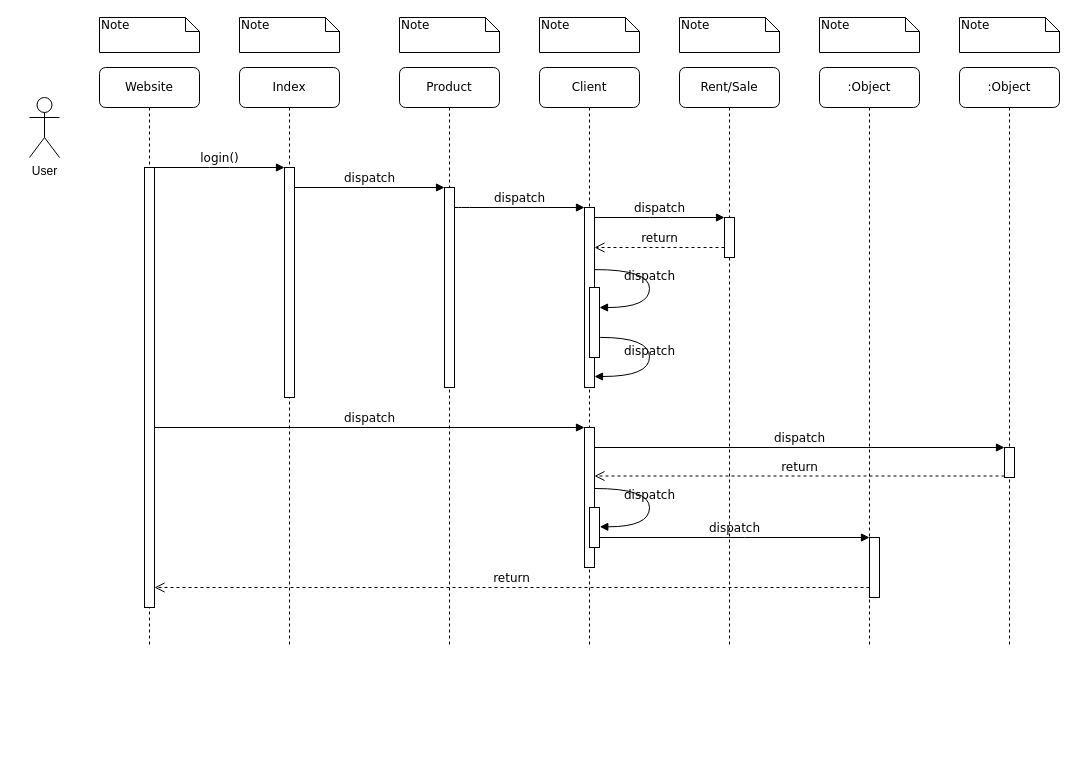
Earlier version of the draw.io diagram Sequence Diagram.drawio (sergio-oliveira-br/aluControl). Source tidied: cells renumbered, new cells numbered last; positions are measured from the earlier drawing's top-left corner, leaving out a move shared by most shapes. Both pictures are drawn from the tidied source at 100%, with x=0, y=0 at pixel (29, 17).
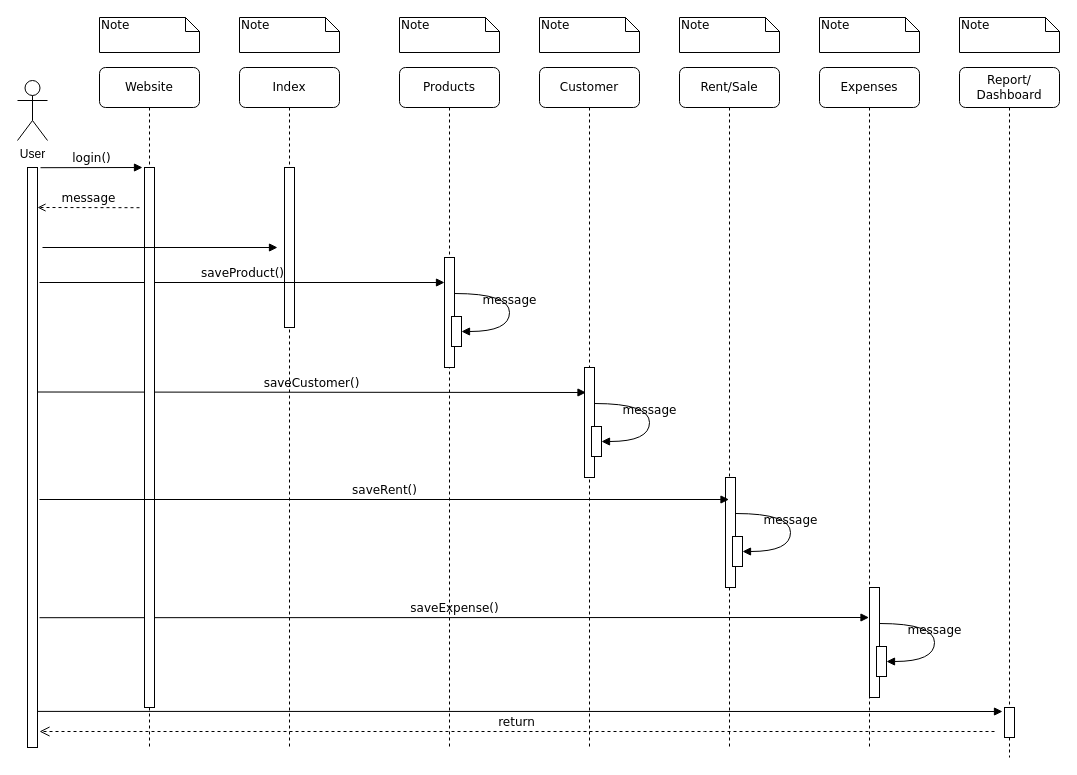
After the change.

Diff of the diagram source:
```diff
@@
     <mxCell id="2" value="Index" style="shape=umlLifeline;perimeter=lifelinePerimeter;whiteSpace=wrap;html=1;rounded=1;shadow=0;comic=0;labelBackgroundColor=none;strokeWidth=1;fontFamily=Verdana;fontSize=12;align=center;" parent="1" vertex="1">
-      <mxGeometry x="210" y="50" width="100" height="580" as="geometry" />
+      <mxGeometry x="210" y="50" width="100" height="680" as="geometry" />
     </mxCell>
     <mxCell id="3" style="html=1;points=[];perimeter=orthogonalPerimeter;rounded=0;shadow=0;comic=0;labelBackgroundColor=none;strokeWidth=1;fontFamily=Verdana;fontSize=12;align=center;" parent="2" vertex="1">
-      <mxGeometry x="45" y="100" width="10" height="230" as="geometry" />
+      <mxGeometry x="45" y="100" width="10" height="160" as="geometry" />
     </mxCell>
+    <mxCell id="40" value="saveCustomer()" style="html=1;verticalAlign=bottom;endArrow=block;labelBackgroundColor=none;fontFamily=Verdana;fontSize=12;edgeStyle=elbowEdgeStyle;elbow=vertical;" parent="2" edge="1">
+      <mxGeometry relative="1" as="geometry">
+        <mxPoint x="-203" y="324.5" as="sourcePoint" />
+        <mxPoint x="346.5" y="325" as="targetPoint" />
+        <Array as="points">
+          <mxPoint x="257" y="325" />
+        </Array>
+      </mxGeometry>
+    </mxCell>
-    <mxCell id="4" value="Product" style="shape=umlLifeline;perimeter=lifelinePerimeter;whiteSpace=wrap;html=1;rounded=1;shadow=0;comic=0;labelBackgroundColor=none;strokeWidth=1;fontFamily=Verdana;fontSize=12;align=center;" parent="1" vertex="1">
-      <mxGeometry x="370" y="50" width="100" height="580" as="geometry" />
+    <mxCell id="4" value="Products" style="shape=umlLifeline;perimeter=lifelinePerimeter;whiteSpace=wrap;html=1;rounded=1;shadow=0;comic=0;labelBackgroundColor=none;strokeWidth=1;fontFamily=Verdana;fontSize=12;align=center;" parent="1" vertex="1">
+      <mxGeometry x="370" y="50" width="100" height="680" as="geometry" />
     </mxCell>
     <mxCell id="5" style="html=1;points=[];perimeter=orthogonalPerimeter;rounded=0;shadow=0;comic=0;labelBackgroundColor=none;strokeWidth=1;fontFamily=Verdana;fontSize=12;align=center;" parent="4" vertex="1">
-      <mxGeometry x="45" y="120" width="10" height="200" as="geometry" />
+      <mxGeometry x="45" y="190" width="10" height="110" as="geometry" />
     </mxCell>
+    <mxCell id="26" value="saveProduct()" style="html=1;verticalAlign=bottom;endArrow=block;entryX=0;entryY=0;labelBackgroundColor=none;fontFamily=Verdana;fontSize=12;edgeStyle=elbowEdgeStyle;elbow=vertical;" parent="4" edge="1">
+      <mxGeometry relative="1" as="geometry">
+        <mxPoint x="-360" y="215" as="sourcePoint" />
+        <mxPoint x="45" y="214.7" as="targetPoint" />
+      </mxGeometry>
+    </mxCell>
+    <mxCell id="41" value="message" style="html=1;verticalAlign=bottom;endArrow=block;labelBackgroundColor=none;fontFamily=Verdana;fontSize=12;elbow=vertical;edgeStyle=orthogonalEdgeStyle;curved=1;exitX=1.038;exitY=0.345;exitPerimeter=0;" parent="4" edge="1">
+      <mxGeometry relative="1" as="geometry">
+        <mxPoint x="55" y="226" as="sourcePoint" />
+        <mxPoint x="62" y="264" as="targetPoint" />
+        <Array as="points">
+          <mxPoint x="110" y="226" />
+          <mxPoint x="110" y="264" />
+        </Array>
+      </mxGeometry>
+    </mxCell>
+    <mxCell id="42" style="html=1;perimeter=orthogonalPerimeter;rounded=0;shadow=0;comic=0;labelBackgroundColor=none;strokeWidth=1;fontFamily=Verdana;fontSize=12;align=center;" parent="4" vertex="1">
+      <mxGeometry x="52" y="249" width="10" height="30" as="geometry" />
+    </mxCell>
+    <mxCell id="43" value="saveExpense()" style="html=1;verticalAlign=bottom;endArrow=block;labelBackgroundColor=none;fontFamily=Verdana;fontSize=12;edgeStyle=elbowEdgeStyle;elbow=vertical;" parent="4" edge="1" target="8">
+      <mxGeometry relative="1" as="geometry">
+        <mxPoint x="-360" y="550.2" as="sourcePoint" />
+      </mxGeometry>
+    </mxCell>
-    <mxCell id="6" value="Client" style="shape=umlLifeline;perimeter=lifelinePerimeter;whiteSpace=wrap;html=1;rounded=1;shadow=0;comic=0;labelBackgroundColor=none;strokeWidth=1;fontFamily=Verdana;fontSize=12;align=center;" parent="1" vertex="1">
-      <mxGeometry x="510" y="50" width="100" height="580" as="geometry" />
+    <mxCell id="6" value="Customer" style="shape=umlLifeline;perimeter=lifelinePerimeter;whiteSpace=wrap;html=1;rounded=1;shadow=0;comic=0;labelBackgroundColor=none;strokeWidth=1;fontFamily=Verdana;fontSize=12;align=center;" parent="1" vertex="1">
+      <mxGeometry x="510" y="50" width="100" height="680" as="geometry" />
     </mxCell>
+    <mxCell id="44" style="html=1;perimeter=orthogonalPerimeter;rounded=0;shadow=0;comic=0;labelBackgroundColor=none;strokeWidth=1;fontFamily=Verdana;fontSize=12;align=center;" parent="6" vertex="1">
+      <mxGeometry x="45" y="300" width="10" height="110" as="geometry" />
+    </mxCell>
+    <mxCell id="45" value="message" style="html=1;verticalAlign=bottom;endArrow=block;labelBackgroundColor=none;fontFamily=Verdana;fontSize=12;elbow=vertical;edgeStyle=orthogonalEdgeStyle;curved=1;exitX=1.038;exitY=0.345;exitPerimeter=0;" parent="6" edge="1">
+      <mxGeometry relative="1" as="geometry">
+        <mxPoint x="55" y="336" as="sourcePoint" />
+        <mxPoint x="62" y="374" as="targetPoint" />
+        <Array as="points">
+          <mxPoint x="110" y="336" />
+          <mxPoint x="110" y="374" />
+        </Array>
+      </mxGeometry>
+    </mxCell>
+    <mxCell id="46" style="html=1;perimeter=orthogonalPerimeter;rounded=0;shadow=0;comic=0;labelBackgroundColor=none;strokeWidth=1;fontFamily=Verdana;fontSize=12;align=center;" parent="6" vertex="1">
+      <mxGeometry x="52" y="359" width="10" height="30" as="geometry" />
+    </mxCell>
     <mxCell id="7" value="Rent/Sale" style="shape=umlLifeline;perimeter=lifelinePerimeter;whiteSpace=wrap;html=1;rounded=1;shadow=0;comic=0;labelBackgroundColor=none;strokeWidth=1;fontFamily=Verdana;fontSize=12;align=center;" parent="1" vertex="1">
-      <mxGeometry x="650" y="50" width="100" height="580" as="geometry" />
+      <mxGeometry x="650" y="50" width="100" height="680" as="geometry" />
     </mxCell>
+    <mxCell id="47" style="html=1;perimeter=orthogonalPerimeter;rounded=0;shadow=0;comic=0;labelBackgroundColor=none;strokeWidth=1;fontFamily=Verdana;fontSize=12;align=center;" parent="7" vertex="1">
+      <mxGeometry x="46" y="410" width="10" height="110" as="geometry" />
+    </mxCell>
+    <mxCell id="48" value="message" style="html=1;verticalAlign=bottom;endArrow=block;labelBackgroundColor=none;fontFamily=Verdana;fontSize=12;elbow=vertical;edgeStyle=orthogonalEdgeStyle;curved=1;exitX=1.038;exitY=0.345;exitPerimeter=0;" parent="7" edge="1">
+      <mxGeometry relative="1" as="geometry">
+        <mxPoint x="56" y="446" as="sourcePoint" />
+        <mxPoint x="63" y="484" as="targetPoint" />
+        <Array as="points">
+          <mxPoint x="111" y="446" />
+          <mxPoint x="111" y="484" />
+        </Array>
+      </mxGeometry>
+    </mxCell>
+    <mxCell id="49" style="html=1;perimeter=orthogonalPerimeter;rounded=0;shadow=0;comic=0;labelBackgroundColor=none;strokeWidth=1;fontFamily=Verdana;fontSize=12;align=center;" parent="7" vertex="1">
+      <mxGeometry x="53" y="469" width="10" height="30" as="geometry" />
+    </mxCell>
-    <mxCell id="8" value=":Object" style="shape=umlLifeline;perimeter=lifelinePerimeter;whiteSpace=wrap;html=1;outlineConnect=0;rounded=1;shadow=0;comic=0;labelBackgroundColor=none;strokeWidth=1;fontFamily=Verdana;fontSize=12;align=center;" parent="1" vertex="1">
-      <mxGeometry x="790" y="50" width="100" height="580" as="geometry" />
+    <mxCell id="8" value="Expenses" style="shape=umlLifeline;perimeter=lifelinePerimeter;whiteSpace=wrap;html=1;outlineConnect=0;rounded=1;shadow=0;comic=0;labelBackgroundColor=none;strokeWidth=1;fontFamily=Verdana;fontSize=12;align=center;" parent="1" vertex="1">
+      <mxGeometry x="790" y="50" width="100" height="680" as="geometry" />
     </mxCell>
+    <mxCell id="50" style="html=1;perimeter=orthogonalPerimeter;rounded=0;shadow=0;comic=0;labelBackgroundColor=none;strokeWidth=1;fontFamily=Verdana;fontSize=12;align=center;" parent="8" vertex="1">
+      <mxGeometry x="50" y="520" width="10" height="110" as="geometry" />
+    </mxCell>
+    <mxCell id="51" value="message" style="html=1;verticalAlign=bottom;endArrow=block;labelBackgroundColor=none;fontFamily=Verdana;fontSize=12;elbow=vertical;edgeStyle=orthogonalEdgeStyle;curved=1;exitX=1.038;exitY=0.345;exitPerimeter=0;" parent="8" edge="1">
+      <mxGeometry relative="1" as="geometry">
+        <mxPoint x="60" y="556" as="sourcePoint" />
+        <mxPoint x="67" y="594" as="targetPoint" />
+        <Array as="points">
+          <mxPoint x="115" y="556" />
+          <mxPoint x="115" y="594" />
+        </Array>
+      </mxGeometry>
+    </mxCell>
+    <mxCell id="52" style="html=1;perimeter=orthogonalPerimeter;rounded=0;shadow=0;comic=0;labelBackgroundColor=none;strokeWidth=1;fontFamily=Verdana;fontSize=12;align=center;" parent="8" vertex="1">
+      <mxGeometry x="57" y="579" width="10" height="30" as="geometry" />
+    </mxCell>
-    <mxCell id="9" value=":Object" style="shape=umlLifeline;perimeter=lifelinePerimeter;whiteSpace=wrap;html=1;rounded=1;shadow=0;comic=0;labelBackgroundColor=none;strokeWidth=1;fontFamily=Verdana;fontSize=12;align=center;" parent="1" vertex="1">
-      <mxGeometry x="930" y="50" width="100" height="580" as="geometry" />
+    <mxCell id="9" value="Report/&lt;div&gt;Dashboard&lt;/div&gt;" style="shape=umlLifeline;perimeter=lifelinePerimeter;whiteSpace=wrap;html=1;rounded=1;shadow=0;comic=0;labelBackgroundColor=none;strokeWidth=1;fontFamily=Verdana;fontSize=12;align=center;" parent="1" vertex="1">
+      <mxGeometry x="930" y="50" width="100" height="690" as="geometry" />
     </mxCell>
     <mxCell id="10" value="Website" style="shape=umlLifeline;perimeter=lifelinePerimeter;whiteSpace=wrap;html=1;rounded=1;shadow=0;comic=0;labelBackgroundColor=none;strokeWidth=1;fontFamily=Verdana;fontSize=12;align=center;" parent="1" vertex="1">
-      <mxGeometry x="70" y="50" width="100" height="580" as="geometry" />
+      <mxGeometry x="70" y="50" width="100" height="680" as="geometry" />
     </mxCell>
     <mxCell id="11" style="html=1;points=[];perimeter=orthogonalPerimeter;rounded=0;shadow=0;comic=0;labelBackgroundColor=none;strokeWidth=1;fontFamily=Verdana;fontSize=12;align=center;" parent="10" vertex="1">
-      <mxGeometry x="45" y="100" width="10" height="440" as="geometry" />
+      <mxGeometry x="45" y="100" width="10" height="540" as="geometry" />
     </mxCell>
-    <mxCell id="12" style="html=1;points=[];perimeter=orthogonalPerimeter;rounded=0;shadow=0;comic=0;labelBackgroundColor=none;strokeWidth=1;fontFamily=Verdana;fontSize=12;align=center;" parent="1" vertex="1">
-      <mxGeometry x="555" y="190" width="10" height="180" as="geometry" />
-    </mxCell>
-    <mxCell id="13" value="dispatch" style="html=1;verticalAlign=bottom;endArrow=block;labelBackgroundColor=none;fontFamily=Verdana;fontSize=12;edgeStyle=elbowEdgeStyle;elbow=vertical;" parent="1" edge="1" source="5" target="12">
-      <mxGeometry relative="1" as="geometry">
-        <Array as="points">
-          <mxPoint x="430" y="190" />
-        </Array>
-      </mxGeometry>
-    </mxCell>
-    <mxCell id="14" style="html=1;points=[];perimeter=orthogonalPerimeter;rounded=0;shadow=0;comic=0;labelBackgroundColor=none;strokeWidth=1;fontFamily=Verdana;fontSize=12;align=center;" parent="1" vertex="1">
-      <mxGeometry x="695" y="200" width="10" height="40" as="geometry" />
-    </mxCell>
-    <mxCell id="15" value="dispatch" style="html=1;verticalAlign=bottom;endArrow=block;entryX=0;entryY=0;labelBackgroundColor=none;fontFamily=Verdana;fontSize=12;edgeStyle=elbowEdgeStyle;elbow=vertical;" parent="1" edge="1" source="12" target="14">
-      <mxGeometry relative="1" as="geometry" />
-    </mxCell>
-    <mxCell id="16" value="return" style="html=1;verticalAlign=bottom;endArrow=open;dashed=1;endSize=8;labelBackgroundColor=none;fontFamily=Verdana;fontSize=12;edgeStyle=elbowEdgeStyle;elbow=vertical;" parent="1" edge="1" source="14" target="12">
-      <mxGeometry relative="1" as="geometry">
-        <Array as="points">
-          <mxPoint x="640" y="230" />
-          <mxPoint x="670" y="230" />
-        </Array>
-      </mxGeometry>
-    </mxCell>
-    <mxCell id="17" style="html=1;points=[];perimeter=orthogonalPerimeter;rounded=0;shadow=0;comic=0;labelBackgroundColor=none;strokeWidth=1;fontFamily=Verdana;fontSize=12;align=center;" parent="1" vertex="1">
-      <mxGeometry x="555" y="410" width="10" height="140" as="geometry" />
-    </mxCell>
-    <mxCell id="18" value="dispatch" style="html=1;verticalAlign=bottom;endArrow=block;entryX=0;entryY=0;labelBackgroundColor=none;fontFamily=Verdana;fontSize=12;" parent="1" edge="1" source="11" target="17">
-      <mxGeometry relative="1" as="geometry" />
-    </mxCell>
+    <mxCell id="53" value="login()" style="html=1;verticalAlign=bottom;endArrow=block;labelBackgroundColor=none;fontFamily=Verdana;fontSize=12;edgeStyle=elbowEdgeStyle;elbow=vertical;" parent="10" edge="1">
+      <mxGeometry relative="1" as="geometry">
+        <mxPoint x="-59" y="100.2" as="sourcePoint" />
+        <mxPoint x="43" y="100" as="targetPoint" />
+      </mxGeometry>
+    </mxCell>
+    <mxCell id="25" style="html=1;verticalAlign=bottom;endArrow=block;entryX=0;entryY=0;labelBackgroundColor=none;fontFamily=Verdana;fontSize=12;edgeStyle=elbowEdgeStyle;elbow=vertical;" parent="10" edge="1">
+      <mxGeometry x="0.45" y="10" relative="1" as="geometry">
+        <mxPoint x="-57" y="180" as="sourcePoint" />
+        <mxPoint x="178" y="180" as="targetPoint" />
+      </mxGeometry>
+    </mxCell>
+    <mxCell id="54" value="saveRent()" style="html=1;verticalAlign=bottom;endArrow=block;labelBackgroundColor=none;fontFamily=Verdana;fontSize=12;edgeStyle=elbowEdgeStyle;elbow=vertical;" parent="10" edge="1">
+      <mxGeometry relative="1" as="geometry">
+        <mxPoint x="-60" y="432" as="sourcePoint" />
+        <mxPoint x="629.5" y="431.8" as="targetPoint" />
+      </mxGeometry>
+    </mxCell>
     <mxCell id="19" style="html=1;points=[];perimeter=orthogonalPerimeter;rounded=0;shadow=0;comic=0;labelBackgroundColor=none;strokeColor=#000000;strokeWidth=1;fillColor=#FFFFFF;fontFamily=Verdana;fontSize=12;fontColor=#000000;align=center;" parent="1" vertex="1">
-      <mxGeometry x="975" y="430" width="10" height="30" as="geometry" />
+      <mxGeometry x="975" y="690" width="10" height="30" as="geometry" />
     </mxCell>
-    <mxCell id="20" value="dispatch" style="html=1;verticalAlign=bottom;endArrow=block;entryX=0;entryY=0;labelBackgroundColor=none;fontFamily=Verdana;fontSize=12;" parent="1" edge="1" source="17" target="19">
-      <mxGeometry relative="1" as="geometry" />
-    </mxCell>
-    <mxCell id="21" value="return" style="html=1;verticalAlign=bottom;endArrow=open;dashed=1;endSize=8;exitX=0;exitY=0.95;labelBackgroundColor=none;fontFamily=Verdana;fontSize=12;" parent="1" edge="1" source="19" target="17">
-      <mxGeometry relative="1" as="geometry" />
-    </mxCell>
-    <mxCell id="22" style="html=1;points=[];perimeter=orthogonalPerimeter;rounded=0;shadow=0;comic=0;labelBackgroundColor=none;strokeWidth=1;fontFamily=Verdana;fontSize=12;align=center;" parent="1" vertex="1">
-      <mxGeometry x="840" y="520" width="10" height="60" as="geometry" />
-    </mxCell>
-    <mxCell id="23" value="dispatch" style="html=1;verticalAlign=bottom;endArrow=block;entryX=0;entryY=0;labelBackgroundColor=none;fontFamily=Verdana;fontSize=12;edgeStyle=elbowEdgeStyle;elbow=vertical;" parent="1" edge="1" source="30" target="22">
-      <mxGeometry relative="1" as="geometry" />
-    </mxCell>
-    <mxCell id="24" value="return" style="html=1;verticalAlign=bottom;endArrow=open;dashed=1;endSize=8;labelBackgroundColor=none;fontFamily=Verdana;fontSize=12;edgeStyle=elbowEdgeStyle;elbow=vertical;" parent="1" edge="1" source="22" target="11">
+    <mxCell id="24" value="return" style="html=1;verticalAlign=bottom;endArrow=open;dashed=1;endSize=8;labelBackgroundColor=none;fontFamily=Verdana;fontSize=12;edgeStyle=elbowEdgeStyle;elbow=vertical;" parent="1" edge="1">
       <mxGeometry relative="1" as="geometry">
+        <mxPoint x="965" y="714" as="sourcePoint" />
+        <mxPoint x="10" y="714" as="targetPoint" />
         <Array as="points">
-          <mxPoint x="540" y="570" />
+          <mxPoint x="665" y="714" />
         </Array>
       </mxGeometry>
     </mxCell>
-    <mxCell id="25" value="login()" style="html=1;verticalAlign=bottom;endArrow=block;entryX=0;entryY=0;labelBackgroundColor=none;fontFamily=Verdana;fontSize=12;edgeStyle=elbowEdgeStyle;elbow=vertical;" parent="1" edge="1" source="11" target="3">
-      <mxGeometry relative="1" as="geometry" />
-    </mxCell>
-    <mxCell id="26" value="dispatch" style="html=1;verticalAlign=bottom;endArrow=block;entryX=0;entryY=0;labelBackgroundColor=none;fontFamily=Verdana;fontSize=12;edgeStyle=elbowEdgeStyle;elbow=vertical;" parent="1" edge="1" source="3" target="5">
-      <mxGeometry relative="1" as="geometry" />
-    </mxCell>
-    <mxCell id="27" style="html=1;points=[];perimeter=orthogonalPerimeter;rounded=0;shadow=0;comic=0;labelBackgroundColor=none;strokeWidth=1;fontFamily=Verdana;fontSize=12;align=center;" parent="1" vertex="1">
-      <mxGeometry x="560" y="270" width="10" height="70" as="geometry" />
-    </mxCell>
-    <mxCell id="28" value="dispatch" style="html=1;verticalAlign=bottom;endArrow=block;labelBackgroundColor=none;fontFamily=Verdana;fontSize=12;elbow=vertical;edgeStyle=orthogonalEdgeStyle;curved=1;entryX=1;entryY=0.286;entryPerimeter=0;exitX=1.038;exitY=0.345;exitPerimeter=0;" parent="1" edge="1" source="12" target="27">
-      <mxGeometry relative="1" as="geometry">
-        <Array as="points">
-          <mxPoint x="620" y="252" />
-          <mxPoint x="620" y="290" />
-        </Array>
-      </mxGeometry>
-    </mxCell>
-    <mxCell id="29" value="dispatch" style="html=1;verticalAlign=bottom;endArrow=block;labelBackgroundColor=none;fontFamily=Verdana;fontSize=12;elbow=vertical;edgeStyle=orthogonalEdgeStyle;curved=1;exitX=1.066;exitY=0.713;exitPerimeter=0;" parent="1" edge="1" source="27">
-      <mxGeometry relative="1" as="geometry">
-        <mxPoint x="565" y="359" as="targetPoint" />
-        <Array as="points">
-          <mxPoint x="620" y="320" />
-          <mxPoint x="620" y="359" />
-        </Array>
-      </mxGeometry>
-    </mxCell>
-    <mxCell id="30" style="html=1;points=[];perimeter=orthogonalPerimeter;rounded=0;shadow=0;comic=0;labelBackgroundColor=none;strokeWidth=1;fontFamily=Verdana;fontSize=12;align=center;" parent="1" vertex="1">
-      <mxGeometry x="560" y="490" width="10" height="40" as="geometry" />
-    </mxCell>
-    <mxCell id="31" value="dispatch" style="html=1;verticalAlign=bottom;endArrow=block;labelBackgroundColor=none;fontFamily=Verdana;fontSize=12;elbow=vertical;edgeStyle=orthogonalEdgeStyle;curved=1;entryX=1;entryY=0.286;entryPerimeter=0;exitX=1.038;exitY=0.345;exitPerimeter=0;" parent="1" edge="1">
-      <mxGeometry relative="1" as="geometry">
-        <mxPoint x="565.3" y="471" as="sourcePoint" />
-        <mxPoint x="570.3" y="509.3" as="targetPoint" />
-        <Array as="points">
-          <mxPoint x="620" y="471" />
-          <mxPoint x="620" y="509" />
-        </Array>
-      </mxGeometry>
-    </mxCell>
@@
     <mxCell id="39" value="User" style="shape=umlActor;verticalLabelPosition=bottom;verticalAlign=top;html=1;" parent="1" vertex="1">
-      <mxGeometry y="80" width="30" height="60" as="geometry" />
+      <mxGeometry x="-12" y="63" width="30" height="60" as="geometry" />
     </mxCell>
+    <mxCell id="55" style="html=1;perimeter=orthogonalPerimeter;rounded=0;shadow=0;comic=0;labelBackgroundColor=none;strokeWidth=1;fontFamily=Verdana;fontSize=12;align=center;" parent="1" vertex="1">
+      <mxGeometry x="-2" y="150" width="10" height="580" as="geometry" />
+    </mxCell>
+    <mxCell id="56" value="message" style="html=1;verticalAlign=bottom;endArrow=open;labelBackgroundColor=none;fontFamily=Verdana;fontSize=12;edgeStyle=elbowEdgeStyle;elbow=vertical;dashed=1;endFill=0;" parent="1" edge="1">
+      <mxGeometry relative="1" as="geometry">
+        <mxPoint x="110" y="190.2" as="sourcePoint" />
+        <mxPoint x="8" y="190.3" as="targetPoint" />
+      </mxGeometry>
+    </mxCell>
+    <mxCell id="57" style="html=1;verticalAlign=bottom;endArrow=block;labelBackgroundColor=none;fontFamily=Verdana;fontSize=12;edgeStyle=elbowEdgeStyle;elbow=vertical;" parent="1" edge="1">
+      <mxGeometry relative="1" as="geometry">
+        <mxPoint x="8" y="693.9" as="sourcePoint" />
+        <mxPoint x="973" y="694" as="targetPoint" />
+      </mxGeometry>
+    </mxCell>
```
